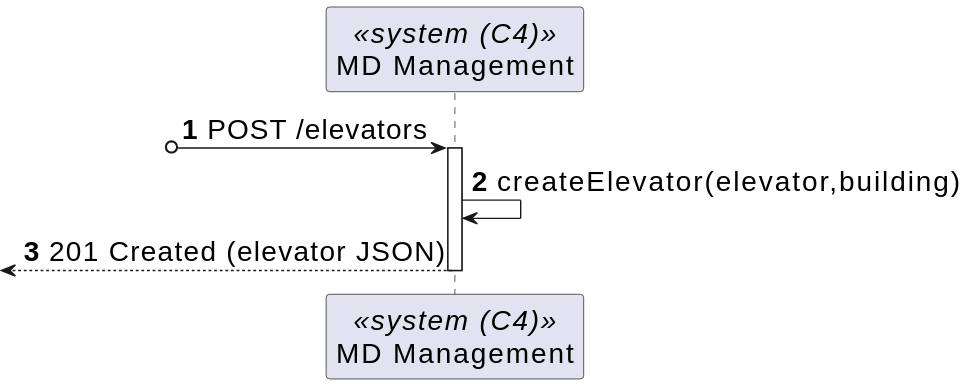
The PlantUML diagram _wiki/sprint-a/us13-270/views/level-2/assets/process-view.svg in miseEnPlace-dev/lapr5, before a commit.
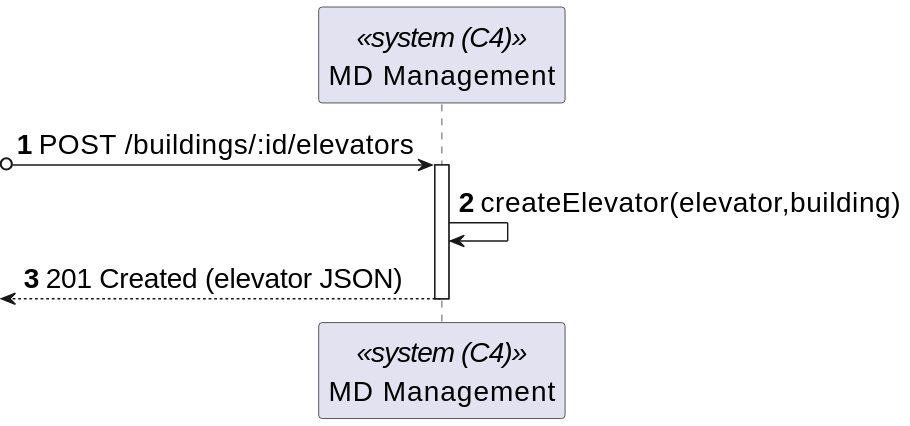
After the commit.

What changed in the source:
```diff
@@ -5,7 +5,7 @@
 participant SYS as "MD Management" <<system (C4)>>
 
 
-?o-> SYS : POST /elevators
+?o-> SYS : POST /buildings/:id/elevators
 activate SYS
 
 SYS -> SYS : createElevator(elevator,building)
```
